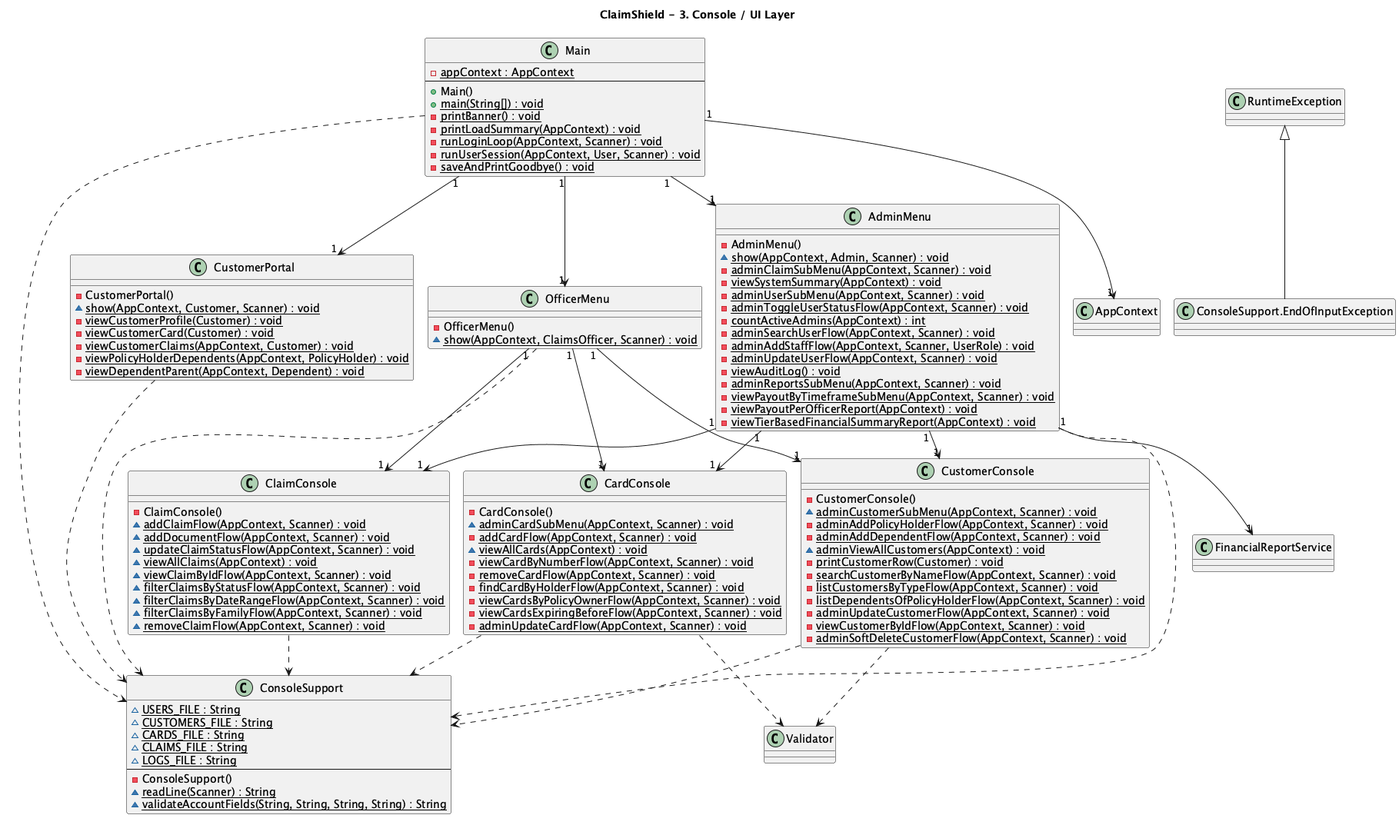
This is docs/ClaimShield_Console_Layer.png from RMIT-Vietnam-Teaching/java-console-application-part-1-s4113887rmit, a PlantUML export, as it was before one commit.
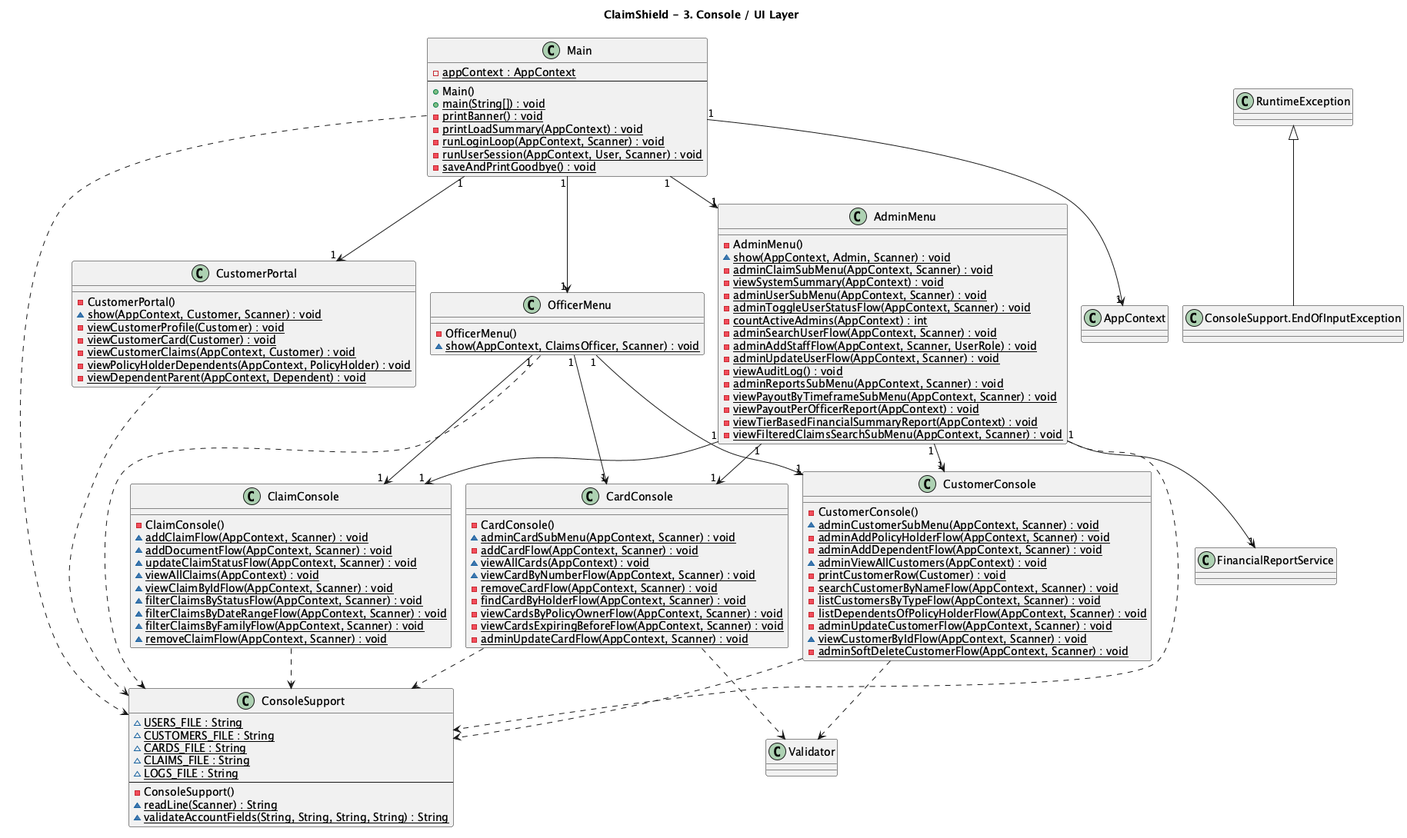
After the commit.

Diff of the diagram source:
```diff
@@ -1,4 +1,5 @@
 @startuml ClaimShield_Console_Layer
+!pragma layout smetana
 title ClaimShield - 3. Console / UI Layer
 
 class Main {
@@ -44,6 +45,7 @@
     -viewPayoutByTimeframeSubMenu(AppContext, Scanner) : void {static}
     -viewPayoutPerOfficerReport(AppContext) : void {static}
     -viewTierBasedFinancialSummaryReport(AppContext) : void {static}
+    -viewFilteredClaimsSearchSubMenu(AppContext, Scanner) : void {static}
 }
 
 class OfficerMenu {
@@ -72,7 +74,7 @@
     -listCustomersByTypeFlow(AppContext, Scanner) : void {static}
     -listDependentsOfPolicyHolderFlow(AppContext, Scanner) : void {static}
     -adminUpdateCustomerFlow(AppContext, Scanner) : void {static}
-    -viewCustomerByIdFlow(AppContext, Scanner) : void {static}
+    ~viewCustomerByIdFlow(AppContext, Scanner) : void {static}
     -adminSoftDeleteCustomerFlow(AppContext, Scanner) : void {static}
 }
 
@@ -81,7 +83,7 @@
     ~adminCardSubMenu(AppContext, Scanner) : void {static}
     -addCardFlow(AppContext, Scanner) : void {static}
     ~viewAllCards(AppContext) : void {static}
-    -viewCardByNumberFlow(AppContext, Scanner) : void {static}
+    ~viewCardByNumberFlow(AppContext, Scanner) : void {static}
     -removeCardFlow(AppContext, Scanner) : void {static}
     -findCardByHolderFlow(AppContext, Scanner) : void {static}
     -viewCardsByPolicyOwnerFlow(AppContext, Scanner) : void {static}
```
